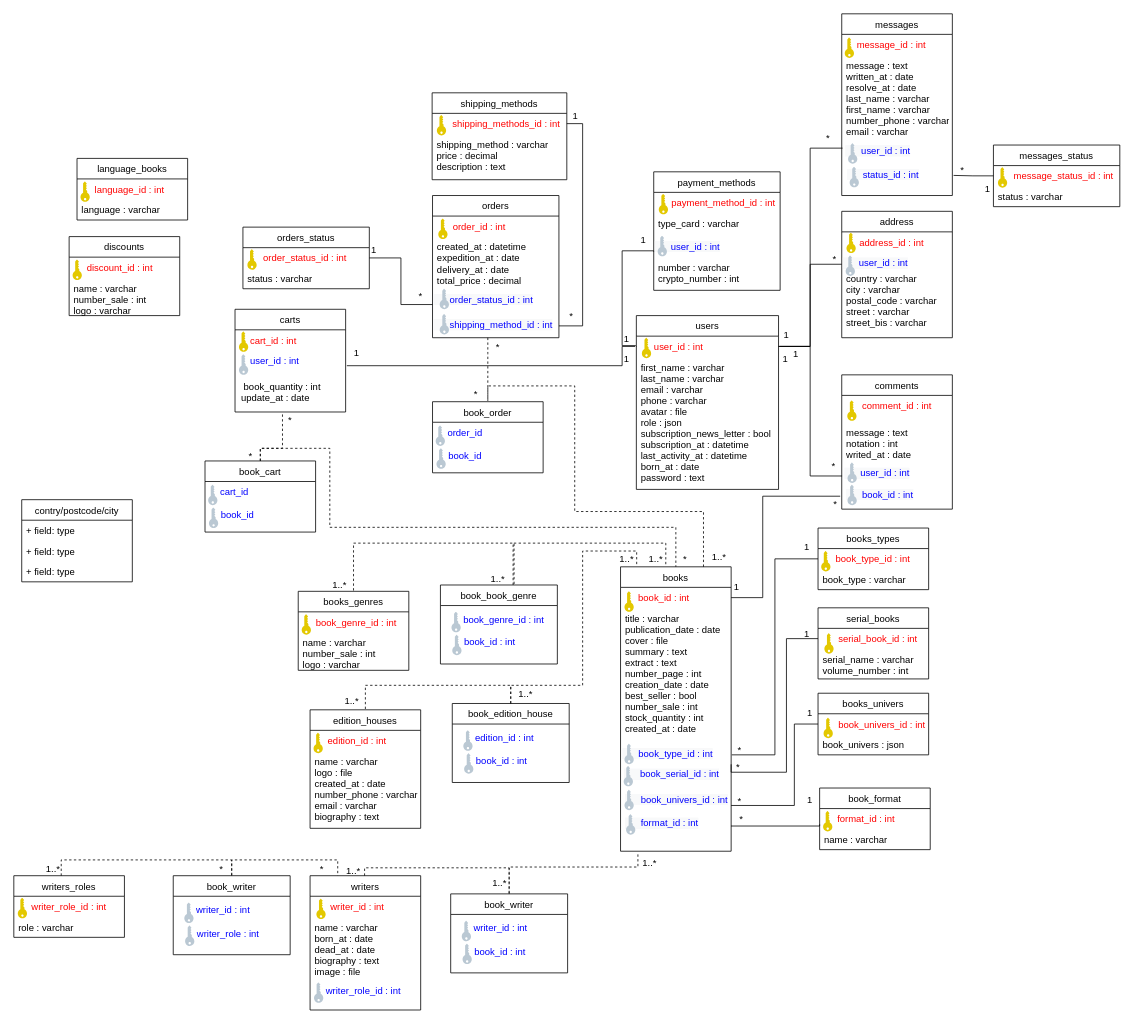
This is mld Diagram.drawio from Aurelie1416/books-key, a draw.io file, before an edit. Source tidied: cells renumbered, new cells numbered last; positions are measured from the earlier drawing's top-left corner, leaving out a move shared by most shapes. Both pictures are drawn from the tidied source at 79%, with x=0, y=0 at pixel (13, 13).
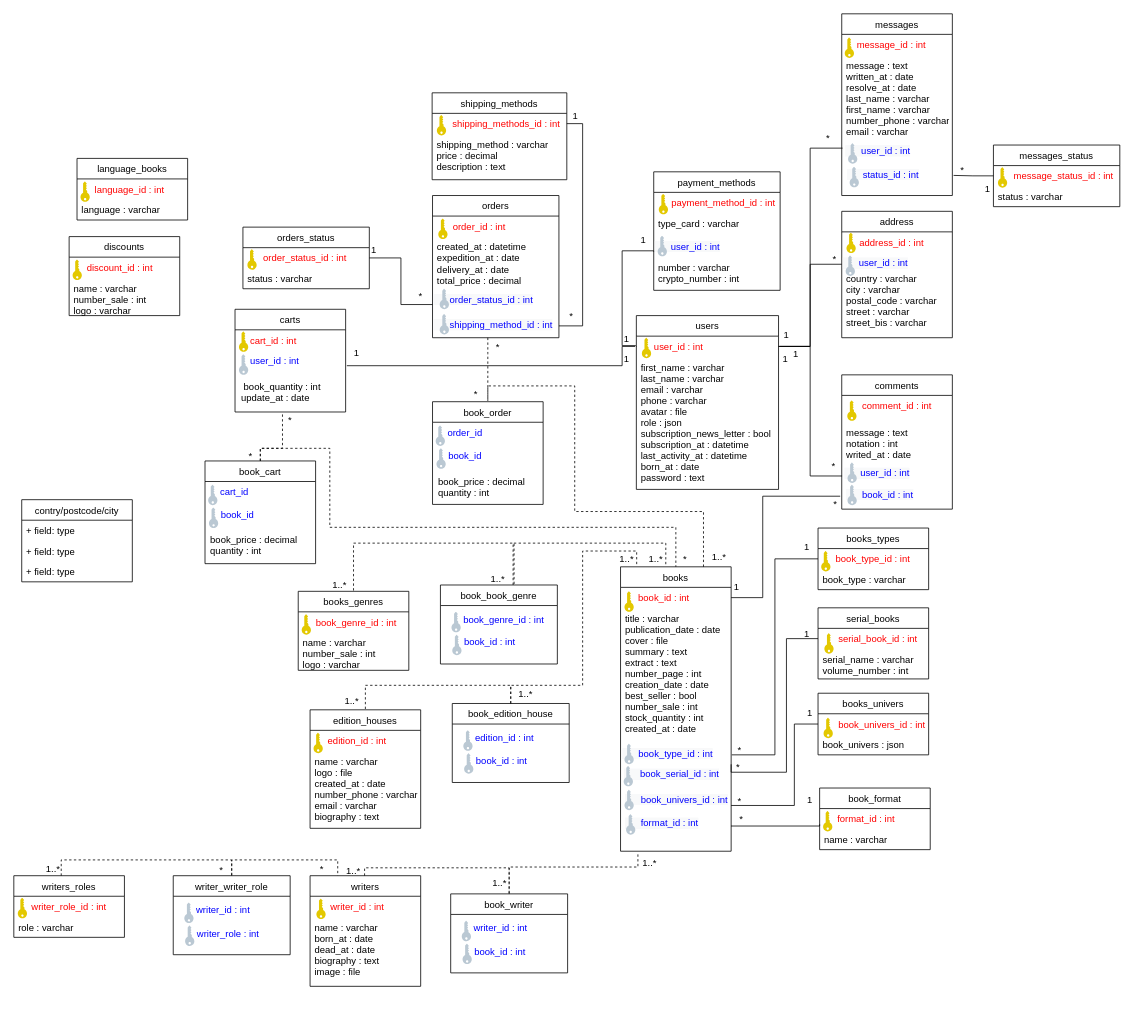
The same page after the edit.

The change refers to these unchanged cells:
```xml
<mxCell id="52" value="payment_methods" style="swimlane;fontStyle=0;horizontal=1;startSize=26;fillColor=none;" parent="51" vertex="1">
  <mxGeometry width="160" height="150" as="geometry" />
</mxCell>
<mxCell id="58" style="group;" parent="1" vertex="1">
  <mxGeometry x="375" y="1091" width="140" height="170" as="geometry" />
</mxCell>
<mxCell id="162" style="group;" parent="1" vertex="1">
  <mxGeometry x="201.8" y="1091" width="151" height="100" as="geometry" />
</mxCell>
```

Diff of the diagram source:
```diff
@@
-    <mxCell id="54" value="type_card : varchar&#10;&#10;&#10;&#10;number : varchar&#10;crypto_number : int&#10;    &#10;&#10;   " style="text;strokeColor=none;fillColor=none;align=left;verticalAlign=top;spacingLeft=4;spacingRight=4;overflow=hidden;" parent="52" vertex="1">
+    <mxCell id="54" value="type_card : varchar&#10;&#10;&#10;&#10;number : varchar&#10;crypto_number : int&#10;   " style="text;strokeColor=none;fillColor=none;align=left;verticalAlign=top;spacingLeft=4;spacingRight=4;overflow=hidden;" parent="52" vertex="1">
       <mxGeometry y="52" width="160" height="98" as="geometry" />
     </mxCell>
@@
     <mxCell id="59" value="writers" style="swimlane;fontStyle=0;horizontal=1;startSize=26;fillColor=none;" parent="58" vertex="1">
-      <mxGeometry width="140" height="170" as="geometry" />
+      <mxGeometry width="140" height="140" as="geometry" />
     </mxCell>
@@
     <mxCell id="61" value="name : varchar&#10;born_at : date&#10;dead_at : date&#10;biography : text&#10;image : file" style="text;strokeColor=none;fillColor=none;align=left;verticalAlign=top;spacingLeft=4;spacingRight=4;overflow=hidden;" parent="59" vertex="1">
-      <mxGeometry y="52" width="140" height="118" as="geometry" />
+      <mxGeometry y="52" width="140" height="88" as="geometry" />
     </mxCell>
@@
     <mxCell id="92" style="group;" parent="1" vertex="1">
-      <mxGeometry x="242" y="566" width="141" height="93" as="geometry" />
+      <mxGeometry x="242" y="566" width="141" height="130" as="geometry" />
     </mxCell>
     <mxCell id="93" value="book_cart" style="swimlane;fontStyle=0;horizontal=1;startSize=26;fillColor=none;" parent="92" vertex="1">
-      <mxGeometry width="140" height="90" as="geometry" />
+      <mxGeometry width="140" height="130" as="geometry" />
     </mxCell>
     <mxCell id="94" value="    cart_id" style="text;strokeColor=none;fillColor=none;align=left;verticalAlign=top;spacingLeft=4;spacingRight=4;overflow=hidden;fontColor=#0000FF;" parent="93" vertex="1">
-      <mxGeometry y="26" width="140" height="64" as="geometry" />
+      <mxGeometry y="26" width="140" height="104" as="geometry" />
     </mxCell>
@@
-    <mxCell id="160" value="    writer_role_id : int" style="text;strokeColor=none;fillColor=none;align=left;verticalAlign=top;spacingLeft=4;spacingRight=4;overflow=hidden;fontColor=#0000FF;" parent="1" vertex="1">
-      <mxGeometry x="376" y="1223" width="140" height="37" as="geometry" />
-    </mxCell>
-    <mxCell id="161" style="verticalLabelPosition=bottom;sketch=0;html=1;verticalAlign=top;align=center;shape=mxgraph.cisco19.key;fillColor=#bac8d3;strokeColor=#23445d;direction=north;" parent="1" vertex="1">
-      <mxGeometry x="380" y="1226" width="11.7" height="25.9" as="geometry" />
-    </mxCell>
@@
-    <mxCell id="163" value="book_writer" style="swimlane;fontStyle=0;horizontal=1;startSize=26;fillColor=none;" parent="162" vertex="1">
+    <mxCell id="163" value="writer_writer_role" style="swimlane;fontStyle=0;horizontal=1;startSize=26;fillColor=none;" parent="162" vertex="1">
       <mxGeometry width="148" height="100" as="geometry" />
     </mxCell>
@@
     <mxCell id="171" value="&lt;font color=&quot;#000000&quot;&gt;*&lt;/font&gt;" style="text;html=1;strokeColor=none;fillColor=none;align=center;verticalAlign=middle;whiteSpace=wrap;rounded=0;fontColor=#FF0000;" parent="1" vertex="1">
-      <mxGeometry x="252.8" y="1067.9" width="20" height="30" as="geometry" />
+      <mxGeometry x="252.8" y="1067.9" width="20" height="32.1" as="geometry" />
     </mxCell>
@@
-    <mxCell id="201" style="group;" parent="1" vertex="1">
-      <mxGeometry x="530" y="491" width="141" height="93" as="geometry" />
-    </mxCell>
-    <mxCell id="202" value="book_order" style="swimlane;fontStyle=0;horizontal=1;startSize=26;fillColor=none;" parent="201" vertex="1">
-      <mxGeometry width="140" height="90" as="geometry" />
-    </mxCell>
-    <mxCell id="203" value="    order_id" style="text;strokeColor=none;fillColor=none;align=left;verticalAlign=top;spacingLeft=4;spacingRight=4;overflow=hidden;fontColor=#0000FF;" parent="202" vertex="1">
-      <mxGeometry y="26" width="140" height="64" as="geometry" />
-    </mxCell>
-    <mxCell id="204" style="verticalLabelPosition=bottom;sketch=0;html=1;verticalAlign=top;align=center;shape=mxgraph.cisco19.key;fillColor=#bac8d3;strokeColor=#23445d;direction=north;" parent="201" vertex="1">
-      <mxGeometry x="4" y="30" width="11.7" height="25.9" as="geometry" />
-    </mxCell>
-    <mxCell id="205" value="    book_id" style="text;strokeColor=none;fillColor=none;align=left;verticalAlign=top;spacingLeft=4;spacingRight=4;overflow=hidden;fontColor=#0000FF;" parent="201" vertex="1">
-      <mxGeometry x="1" y="55" width="140" height="38" as="geometry" />
-    </mxCell>
-    <mxCell id="206" style="verticalLabelPosition=bottom;sketch=0;html=1;verticalAlign=top;align=center;shape=mxgraph.cisco19.key;fillColor=#bac8d3;strokeColor=#23445d;direction=north;" parent="201" vertex="1">
-      <mxGeometry x="5" y="59" width="11.7" height="25.9" as="geometry" />
-    </mxCell>
@@
+    <mxCell id="252" style="group;" parent="1" vertex="1">
+      <mxGeometry x="518" y="491" width="153" height="130" as="geometry" />
+    </mxCell>
+    <mxCell id="201" style="group;" parent="252" vertex="1">
+      <mxGeometry x="12" width="141" height="130" as="geometry" />
+    </mxCell>
+    <mxCell id="202" value="book_order" style="swimlane;fontStyle=0;horizontal=1;startSize=26;fillColor=none;" parent="201" vertex="1">
+      <mxGeometry width="140" height="130" as="geometry" />
+    </mxCell>
+    <mxCell id="203" value="    order_id" style="text;strokeColor=none;fillColor=none;align=left;verticalAlign=top;spacingLeft=4;spacingRight=4;overflow=hidden;fontColor=#0000FF;" parent="202" vertex="1">
+      <mxGeometry y="26" width="140" height="104" as="geometry" />
+    </mxCell>
+    <mxCell id="204" style="verticalLabelPosition=bottom;sketch=0;html=1;verticalAlign=top;align=center;shape=mxgraph.cisco19.key;fillColor=#bac8d3;strokeColor=#23445d;direction=north;" parent="201" vertex="1">
+      <mxGeometry x="4" y="30" width="11.7" height="25.9" as="geometry" />
+    </mxCell>
+    <mxCell id="205" value="    book_id" style="text;strokeColor=none;fillColor=none;align=left;verticalAlign=top;spacingLeft=4;spacingRight=4;overflow=hidden;fontColor=#0000FF;" parent="201" vertex="1">
+      <mxGeometry x="1" y="55" width="140" height="38" as="geometry" />
+    </mxCell>
+    <mxCell id="206" style="verticalLabelPosition=bottom;sketch=0;html=1;verticalAlign=top;align=center;shape=mxgraph.cisco19.key;fillColor=#bac8d3;strokeColor=#23445d;direction=north;" parent="201" vertex="1">
+      <mxGeometry x="5" y="59" width="11.7" height="25.9" as="geometry" />
+    </mxCell>
+    <mxCell id="253" value="    book_price : decimal&#10;    quantity : int" style="text;strokeColor=none;fillColor=none;align=left;verticalAlign=top;spacingLeft=4;spacingRight=4;overflow=hidden;fontColor=#000000;" parent="252" vertex="1">
+      <mxGeometry y="88" width="140" height="38" as="geometry" />
+    </mxCell>
+    <mxCell id="254" value="    book_price : decimal&#10;    quantity : int" style="text;strokeColor=none;fillColor=none;align=left;verticalAlign=top;spacingLeft=4;spacingRight=4;overflow=hidden;fontColor=#000000;" parent="1" vertex="1">
+      <mxGeometry x="229.6" y="652" width="139.2" height="38" as="geometry" />
+    </mxCell>
```
